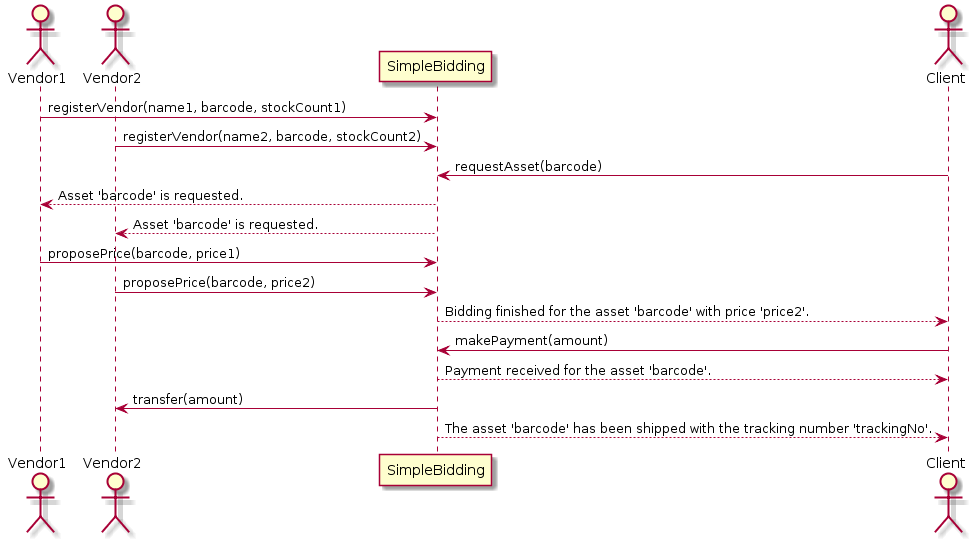
This is ethereum/local-private-network/contracts/SimpleBidding/Simple_Bidding_Interaction.png from ogurcan/blockchain, a PlantUML export, as it was before one commit. The source it was exported from:
```plantuml
@startuml
actor Vendor1
actor Vendor2
participant SimpleBidding
actor Client
Vendor1->SimpleBidding : registerVendor(name1, barcode, stockCount1)
Vendor2->SimpleBidding : registerVendor(name2, barcode, stockCount2)
Client->SimpleBidding : requestAsset(barcode)
SimpleBidding-->Vendor1 : Asset 'barcode' is requested.
SimpleBidding-->Vendor2 : Asset 'barcode' is requested.
Vendor1->SimpleBidding : proposePrice(barcode, price1)
Vendor2->SimpleBidding : proposePrice(barcode, price2)
SimpleBidding-->Client : Bidding finished for the asset 'barcode' with price 'price2'.
Client->SimpleBidding : makePayment(amount)
SimpleBidding-->Client : Payment received for the asset 'barcode'.
SimpleBidding-> Vendor2: transfer(amount)
SimpleBidding-->Client : The asset 'barcode' has been shipped with the tracking number 'trackingNo'.
@enduml
```
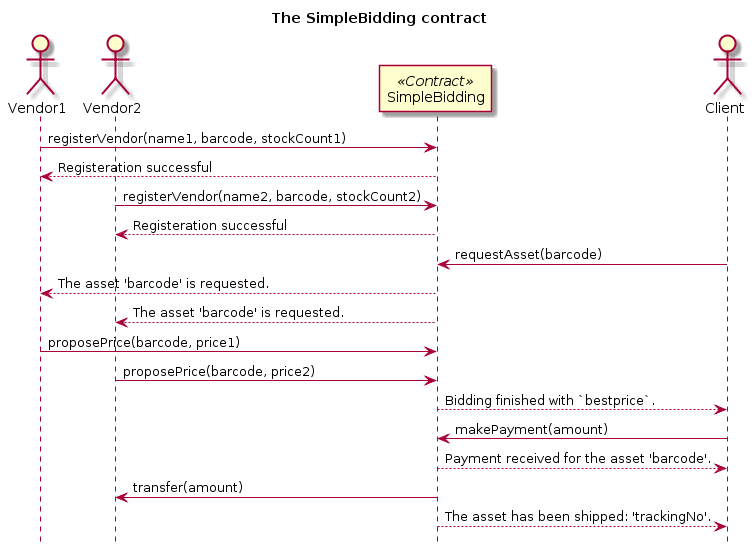
After the commit.

Commit message:
Update Simple Bidding Interaction diagram

Diff of the diagram source:
```diff
@@ -1,18 +1,24 @@
 @startuml
+hide footbox
+title The SimpleBidding contract
+
 actor Vendor1
 actor Vendor2
-participant SimpleBidding
+participant SimpleBidding <<Contract>>
 actor Client
+
 Vendor1->SimpleBidding : registerVendor(name1, barcode, stockCount1)
+SimpleBidding-->Vendor1 : Registeration successful
 Vendor2->SimpleBidding : registerVendor(name2, barcode, stockCount2)
+SimpleBidding-->Vendor2 : Registeration successful
 Client->SimpleBidding : requestAsset(barcode)
-SimpleBidding-->Vendor1 : Asset 'barcode' is requested.
-SimpleBidding-->Vendor2 : Asset 'barcode' is requested.
+SimpleBidding-->Vendor1 : The asset 'barcode' is requested.
+SimpleBidding-->Vendor2 : The asset 'barcode' is requested.
 Vendor1->SimpleBidding : proposePrice(barcode, price1)
 Vendor2->SimpleBidding : proposePrice(barcode, price2)
-SimpleBidding-->Client : Bidding finished for the asset 'barcode' with price 'price2'.
+SimpleBidding-->Client : Bidding finished with `bestprice`.
 Client->SimpleBidding : makePayment(amount)
 SimpleBidding-->Client : Payment received for the asset 'barcode'.
 SimpleBidding-> Vendor2: transfer(amount)
-SimpleBidding-->Client : The asset 'barcode' has been shipped with the tracking number 'trackingNo'.
+SimpleBidding-->Client : The asset has been shipped: 'trackingNo'.
 @enduml
```
